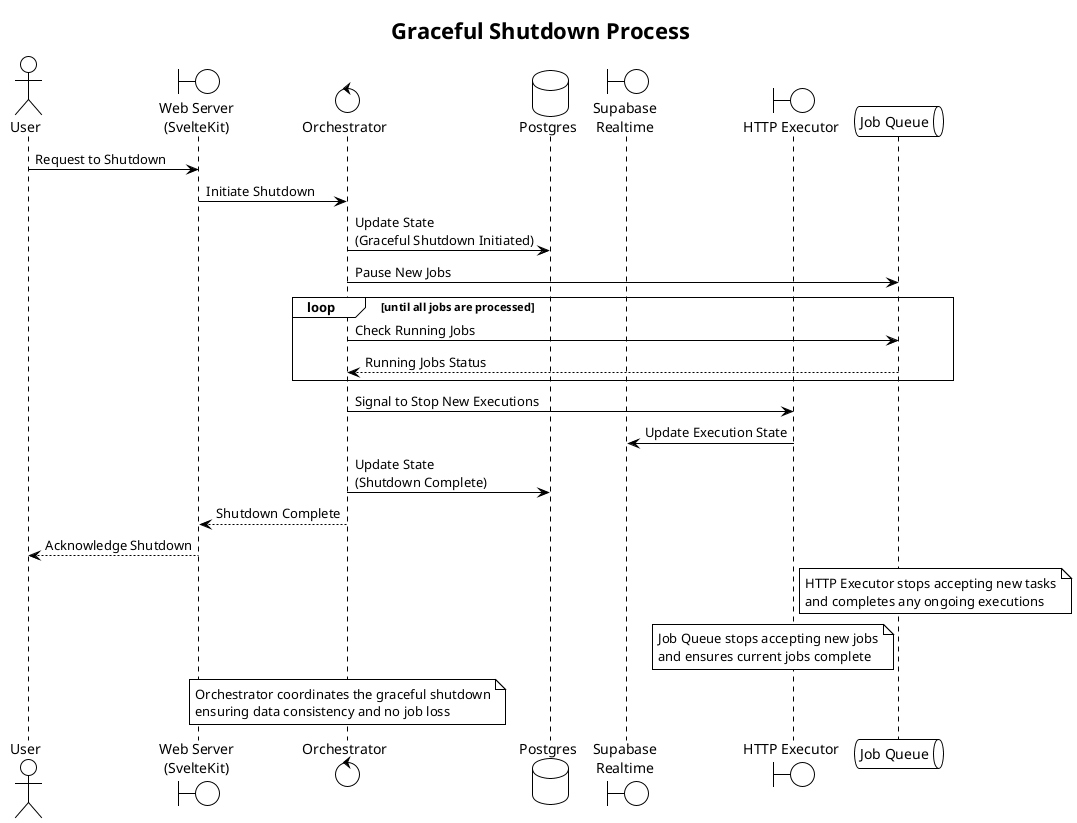
Above: docs/PRDs/197-graceful-shutdown.png in profullstack/meshhook (PlantUML), before the change.
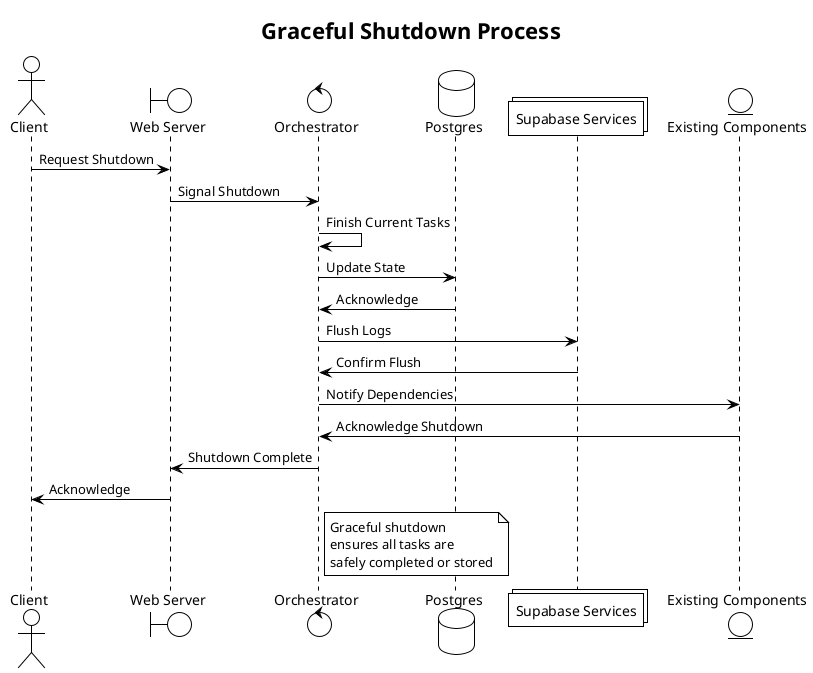
Above is the later version.

What changed in the source:
```diff
@@ -3,41 +3,25 @@
 
 title Graceful Shutdown Process
 
-actor User
-boundary WebServer as "Web Server\n(SvelteKit)"
-control Orchestrator
-database Postgres
-boundary SupabaseRealtime as "Supabase\nRealtime"
-boundary HTTPExecutor as "HTTP Executor"
-queue JobQueue as "Job Queue"
+actor Client
+boundary "Web Server" as WebServer
+control "Orchestrator" as Orchestrator
+database "Postgres" as Postgres
+collections "Supabase Services" as Supabase
+entity "Existing Components" as Existing
 
-User -> WebServer : Request to Shutdown
-WebServer -> Orchestrator : Initiate Shutdown
-Orchestrator -> Postgres : Update State\n(Graceful Shutdown Initiated)
-Orchestrator -> JobQueue : Pause New Jobs
-loop until all jobs are processed
-    Orchestrator -> JobQueue : Check Running Jobs
-    JobQueue --> Orchestrator : Running Jobs Status
-end
-Orchestrator -> HTTPExecutor : Signal to Stop New Executions
-HTTPExecutor -> SupabaseRealtime : Update Execution State
-Orchestrator -> Postgres : Update State\n(Shutdown Complete)
-Orchestrator --> WebServer : Shutdown Complete
-WebServer --> User : Acknowledge Shutdown
+Client -> WebServer : Request Shutdown
+WebServer -> Orchestrator : Signal Shutdown
+Orchestrator -> Orchestrator : Finish Current Tasks
+Orchestrator -> Postgres : Update State
+Postgres -> Orchestrator : Acknowledge
+Orchestrator -> Supabase : Flush Logs
+Supabase -> Orchestrator : Confirm Flush
+Orchestrator -> Existing : Notify Dependencies
+Existing -> Orchestrator : Acknowledge Shutdown
+Orchestrator -> WebServer : Shutdown Complete
+WebServer -> Client : Acknowledge
 
-note right of HTTPExecutor
-  HTTP Executor stops accepting new tasks
-  and completes any ongoing executions
-end note
-
-note left of JobQueue
-  Job Queue stops accepting new jobs
-  and ensures current jobs complete
-end note
-
-note over Orchestrator
-  Orchestrator coordinates the graceful shutdown
-  ensuring data consistency and no job loss
-end note
+note right of Orchestrator : Graceful shutdown\nensures all tasks are\nsafely completed or stored
 
 @enduml
```
